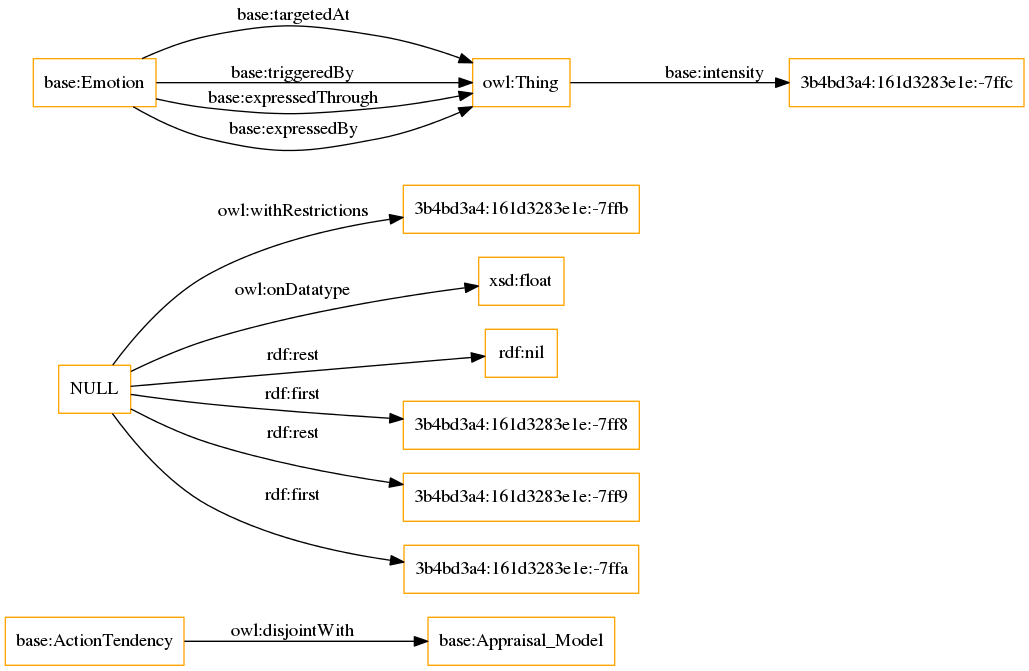
Above: OnToology/HEO.owl/diagrams/ar2dtool-class/HEO.owl.png in OnToologyUser/Propsed-Ontology (Graphviz), before the change. Its source is kept beside it as OnToology/HEO.owl/diagrams/ar2dtool-class/HEO.owl.png.dot.
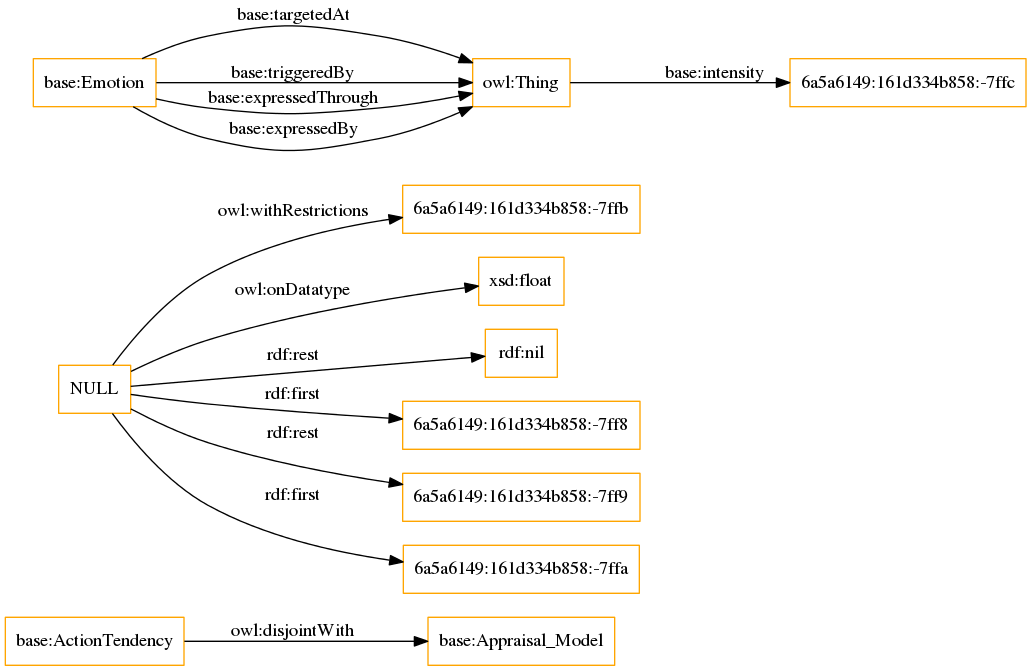
The same diagram one commit later.

What changed in the source:
```diff
@@ -3,14 +3,14 @@
 size="1501"
 node [shape = rectangle, color="orange"]; "base:ActionTendency" "base:Appraisal_Model" ; /*classes style*/
 	"base:ActionTendency" -> "base:Appraisal_Model" [ label = "owl:disjointWith" ];
-	"NULL" -> "3b4bd3a4:161d3283e1e:-7ffb" [ label = "owl:withRestrictions" ];
+	"NULL" -> "6a5a6149:161d334b858:-7ffb" [ label = "owl:withRestrictions" ];
 	"NULL" -> "xsd:float" [ label = "owl:onDatatype" ];
 	"NULL" -> "rdf:nil" [ label = "rdf:rest" ];
-	"NULL" -> "3b4bd3a4:161d3283e1e:-7ff8" [ label = "rdf:first" ];
-	"NULL" -> "3b4bd3a4:161d3283e1e:-7ff9" [ label = "rdf:rest" ];
-	"NULL" -> "3b4bd3a4:161d3283e1e:-7ffa" [ label = "rdf:first" ];
+	"NULL" -> "6a5a6149:161d334b858:-7ff8" [ label = "rdf:first" ];
+	"NULL" -> "6a5a6149:161d334b858:-7ff9" [ label = "rdf:rest" ];
+	"NULL" -> "6a5a6149:161d334b858:-7ffa" [ label = "rdf:first" ];
 	"base:Emotion" -> "owl:Thing" [ label = "base:targetedAt" ];
-	"owl:Thing" -> "3b4bd3a4:161d3283e1e:-7ffc" [ label = "base:intensity" ];
+	"owl:Thing" -> "6a5a6149:161d334b858:-7ffc" [ label = "base:intensity" ];
 	"base:Emotion" -> "owl:Thing" [ label = "base:triggeredBy" ];
 	"base:Emotion" -> "owl:Thing" [ label = "base:expressedThrough" ];
 	"base:Emotion" -> "owl:Thing" [ label = "base:expressedBy" ];
```
